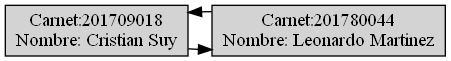
Before: EDD_Proyecto1_Fase1/Registrados.png, a diagram exported from Graphviz (Erick21Enrique99Gon/EDD_1S2023_PY_201900621). Its source is kept beside it as EDD_Proyecto1_Fase1/Registrados.dot. Its diagram source:
```dot
digraph G {
node[shape=rectangle, style=filled];
N0[label="Carnet:201709018
Nombre: Cristian Suy"];
N1[label="Carnet:201780044
Nombre: Leonardo Martinez"];
N0->N1
N1->N0
{rank = same;N0;N1;}
{rank = same;}
}
```
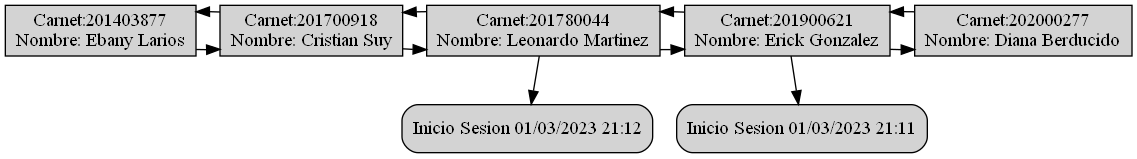
The same file after the commit.

Diff of the diagram source:
```diff
@@ -1,11 +1,21 @@
 digraph G {
 node[shape=rectangle, style=filled];
-N0[label="Carnet:201709018
+N0[label="Carnet:201403877
+Nombre: Ebany Larios"];
+N1[label="Carnet:201700918
 Nombre: Cristian Suy"];
-N1[label="Carnet:201780044
+N2[label="Carnet:201780044
 Nombre: Leonardo Martinez"];
-N0->N1
-N1->N0
-{rank = same;N0;N1;}
-{rank = same;}
+N201780044[label="{Inicio Sesion 01/03/2023 21:12}"shape=Mrecord];
+N3[label="Carnet:201900621
+Nombre: Erick Gonzalez"];
+N201900621[label="{Inicio Sesion 01/03/2023 21:11}"shape=Mrecord];
+N4[label="Carnet:202000277
+Nombre: Diana Berducido"];
+N0->N1->N2->N3->N4
+N4->N3->N2->N1->N0
+N2-> N201780044
+N3-> N201900621
+{rank = same;N0;N1;N2;N3;N4;}
+{rank = same;N201780044;N201900621;}
 }
```
